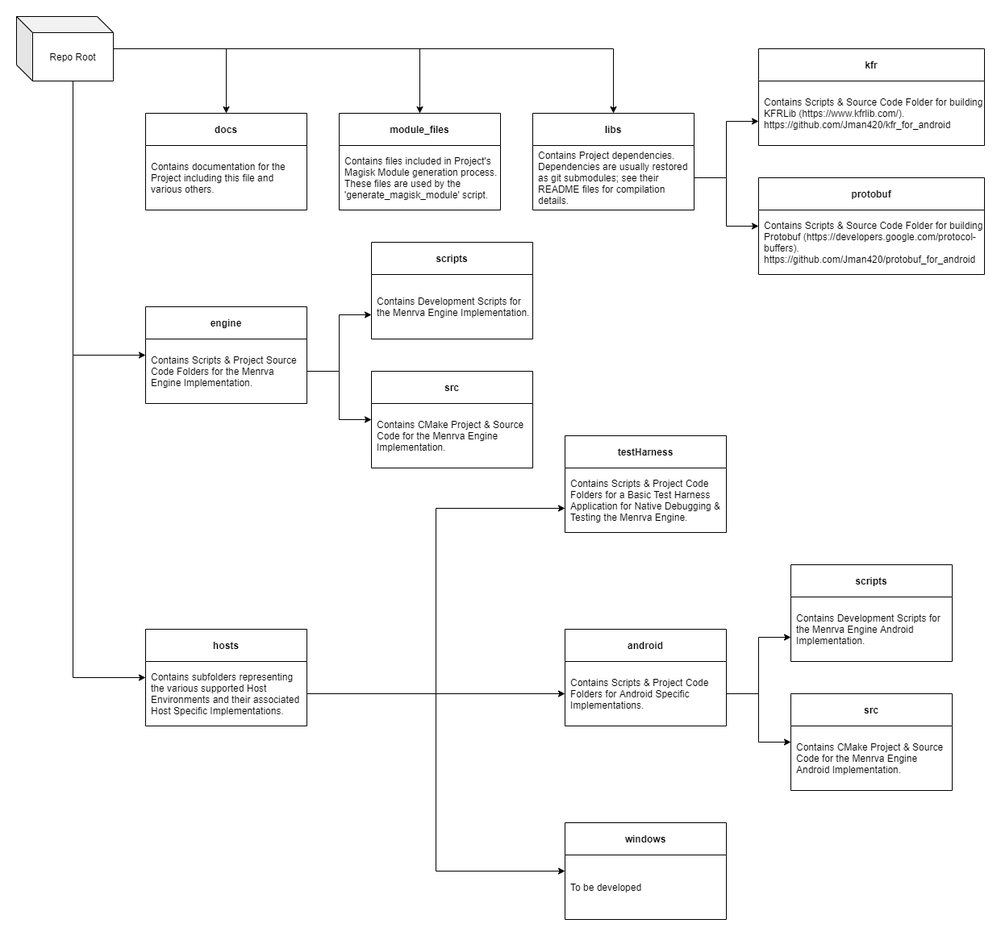
Before: docs/RepoStructure.png, a diagram exported from draw.io (Jman420/menrva). Source tidied: cells renumbered, new cells last; positions are measured from the earlier drawing's top-left corner, leaving out a move shared by most shapes.
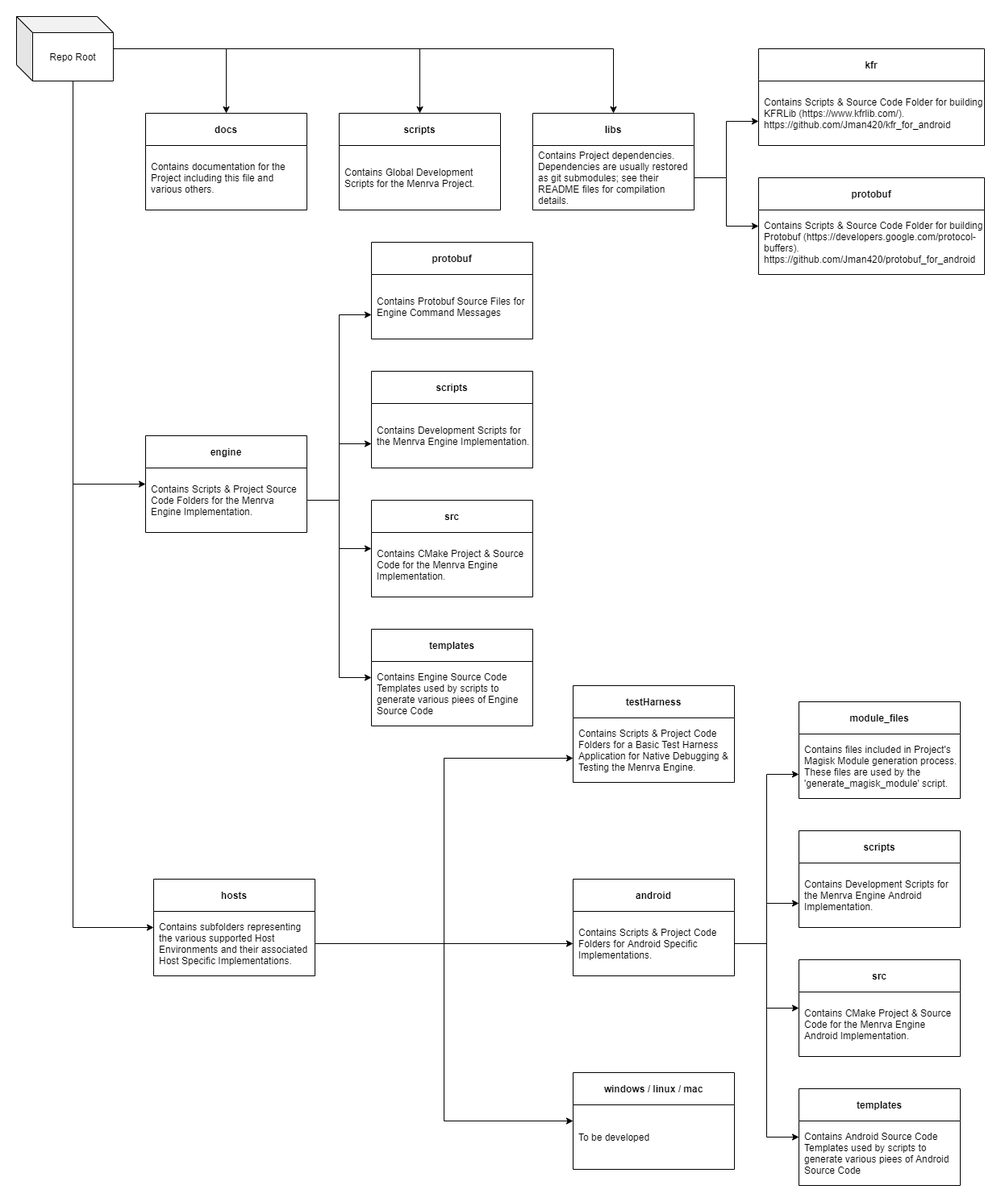
Later version of the same file.

Commit message:
Update Repo Structure Diagram Move Docs into docs folder

What changed in the source:
```diff
@@ -5,9 +5,6 @@
     <mxCell id="2" style="edgeStyle=orthogonalEdgeStyle;rounded=0;jettySize=auto;html=1;entryX=0.5;entryY=0;entryDx=0;entryDy=0;" parent="1" edge="1" source="7" target="8">
       <mxGeometry relative="1" as="geometry" />
     </mxCell>
-    <mxCell id="3" style="edgeStyle=orthogonalEdgeStyle;rounded=0;jettySize=auto;html=1;" parent="1" edge="1" source="7" target="10">
-      <mxGeometry relative="1" as="geometry" />
-    </mxCell>
     <mxCell id="4" style="edgeStyle=orthogonalEdgeStyle;rounded=0;jettySize=auto;html=1;entryX=0.5;entryY=0;entryDx=0;entryDy=0;" parent="1" edge="1" source="7" target="12">
       <mxGeometry relative="1" as="geometry" />
     </mxCell>
@@ -17,6 +14,9 @@
     <mxCell id="6" style="edgeStyle=orthogonalEdgeStyle;rounded=0;jettySize=auto;html=1;entryX=0;entryY=0.5;entryDx=0;entryDy=0;exitX=0;exitY=0;exitDx=70;exitDy=80;exitPerimeter=0;" parent="1" edge="1" source="7" target="16">
       <mxGeometry relative="1" as="geometry" />
     </mxCell>
+    <mxCell id="45" style="edgeStyle=orthogonalEdgeStyle;rounded=0;jettySize=auto;html=1;entryX=0.5;entryY=0;entryDx=0;entryDy=0;" parent="1" edge="1" source="7" target="56">
+      <mxGeometry relative="1" as="geometry" />
+    </mxCell>
     <mxCell id="7" value="Repo Root" style="shape=cube;whiteSpace=wrap;html=1;boundedLbl=1;backgroundOutline=1;darkOpacity=0.05;darkOpacity2=0.1;" parent="1" vertex="1">
       <mxGeometry width="120" height="80" as="geometry" />
     </mxCell>
@@ -26,12 +26,6 @@
     <mxCell id="9" value="Contains documentation for the Project including this file and various others." style="text;html=1;strokeColor=none;fillColor=none;align=left;verticalAlign=middle;whiteSpace=wrap;rounded=0;" parent="8" vertex="1">
       <mxGeometry x="5" y="40" width="195" height="80" as="geometry" />
     </mxCell>
-    <mxCell id="10" value="module_files" style="swimlane;startSize=40;" parent="1" vertex="1">
-      <mxGeometry x="400" y="120" width="200" height="120" as="geometry" />
-    </mxCell>
-    <mxCell id="11" value="Contains files included in Project's Magisk Module generation process.&amp;nbsp; These files are used by the 'generate_magisk_module' script." style="text;html=1;strokeColor=none;fillColor=none;align=left;verticalAlign=middle;whiteSpace=wrap;rounded=0;" parent="10" vertex="1">
-      <mxGeometry x="5" y="40" width="195" height="80" as="geometry" />
-    </mxCell>
     <mxCell id="12" value="libs" style="swimlane;startSize=40;" parent="1" vertex="1">
       <mxGeometry x="640" y="120" width="200" height="120" as="geometry" />
     </mxCell>
@@ -39,31 +33,31 @@
       <mxGeometry x="5" y="40" width="195" height="80" as="geometry" />
     </mxCell>
     <mxCell id="14" value="engine" style="swimlane;startSize=40;" parent="1" vertex="1">
-      <mxGeometry x="160" y="360" width="200" height="120" as="geometry" />
+      <mxGeometry x="160" y="520" width="200" height="120" as="geometry" />
     </mxCell>
     <mxCell id="15" value="Contains Scripts &amp;amp; Project Source Code Folders for the Menrva Engine Implementation." style="text;html=1;strokeColor=none;fillColor=none;align=left;verticalAlign=middle;whiteSpace=wrap;rounded=0;" parent="14" vertex="1">
       <mxGeometry x="5" y="40" width="195" height="80" as="geometry" />
     </mxCell>
     <mxCell id="16" value="hosts" style="swimlane;startSize=40;" parent="1" vertex="1">
-      <mxGeometry x="160" y="760" width="200" height="120" as="geometry" />
+      <mxGeometry x="170" y="1070" width="200" height="120" as="geometry" />
     </mxCell>
     <mxCell id="17" value="Contains subfolders representing the various supported Host Environments and their associated Host Specific Implementations." style="text;html=1;strokeColor=none;fillColor=none;align=left;verticalAlign=middle;whiteSpace=wrap;rounded=0;" parent="16" vertex="1">
       <mxGeometry x="5" y="40" width="195" height="80" as="geometry" />
     </mxCell>
     <mxCell id="18" value="testHarness" style="swimlane;startSize=40;" parent="1" vertex="1">
-      <mxGeometry x="680" y="520" width="200" height="120" as="geometry" />
+      <mxGeometry x="690" y="830" width="200" height="120" as="geometry" />
     </mxCell>
     <mxCell id="19" value="Contains Scripts &amp;amp; Project Code Folders for a Basic Test Harness Application for Native Debugging &amp;amp; Testing the Menrva Engine." style="text;html=1;strokeColor=none;fillColor=none;align=left;verticalAlign=middle;whiteSpace=wrap;rounded=0;" parent="18" vertex="1">
       <mxGeometry x="5" y="40" width="195" height="80" as="geometry" />
     </mxCell>
     <mxCell id="20" value="android" style="swimlane;startSize=40;" parent="1" vertex="1">
-      <mxGeometry x="680" y="760" width="200" height="120" as="geometry" />
+      <mxGeometry x="690" y="1070" width="200" height="120" as="geometry" />
     </mxCell>
     <mxCell id="21" value="Contains Scripts &amp;amp; Project Code Folders for Android Specific Implementations." style="text;html=1;strokeColor=none;fillColor=none;align=left;verticalAlign=middle;whiteSpace=wrap;rounded=0;" parent="20" vertex="1">
       <mxGeometry x="5" y="40" width="195" height="80" as="geometry" />
     </mxCell>
-    <mxCell id="22" value="windows" style="swimlane;startSize=40;" parent="1" vertex="1">
-      <mxGeometry x="680" y="1000" width="200" height="120" as="geometry" />
+    <mxCell id="22" value="windows / linux / mac" style="swimlane;startSize=40;" parent="1" vertex="1">
+      <mxGeometry x="690" y="1310" width="200" height="120" as="geometry" />
     </mxCell>
     <mxCell id="23" value="To be developed" style="text;html=1;strokeColor=none;fillColor=none;align=left;verticalAlign=middle;whiteSpace=wrap;rounded=0;" parent="22" vertex="1">
       <mxGeometry x="5" y="40" width="195" height="80" as="geometry" />
@@ -71,13 +65,13 @@
     <mxCell id="24" style="edgeStyle=orthogonalEdgeStyle;rounded=0;jettySize=auto;html=1;entryX=0;entryY=0.5;entryDx=0;entryDy=0;exitX=1;exitY=0.5;exitDx=0;exitDy=0;" parent="1" edge="1" source="17" target="22">
       <mxGeometry relative="1" as="geometry">
         <Array as="points">
-          <mxPoint x="520" y="840" />
-          <mxPoint x="520" y="1060" />
+          <mxPoint x="530" y="1150" />
+          <mxPoint x="530" y="1370" />
         </Array>
       </mxGeometry>
     </mxCell>
     <mxCell id="25" value="scripts" style="swimlane;startSize=40;" parent="1" vertex="1">
-      <mxGeometry x="440" y="280" width="200" height="120" as="geometry" />
+      <mxGeometry x="440" y="440" width="200" height="120" as="geometry" />
     </mxCell>
     <mxCell id="26" value="Contains Development Scripts for the Menrva Engine Implementation." style="text;html=1;strokeColor=none;fillColor=none;align=left;verticalAlign=middle;whiteSpace=wrap;rounded=0;" parent="25" vertex="1">
       <mxGeometry x="5" y="40" width="195" height="80" as="geometry" />
@@ -86,7 +80,7 @@
       <mxGeometry relative="1" as="geometry" />
     </mxCell>
     <mxCell id="28" value="src" style="swimlane;startSize=40;" parent="1" vertex="1">
-      <mxGeometry x="440" y="440" width="200" height="120" as="geometry" />
+      <mxGeometry x="440" y="600" width="200" height="120" as="geometry" />
     </mxCell>
     <mxCell id="29" value="Contains CMake Project &amp;amp; Source Code for the Menrva Engine Implementation." style="text;html=1;strokeColor=none;fillColor=none;align=left;verticalAlign=middle;whiteSpace=wrap;rounded=0;" parent="28" vertex="1">
       <mxGeometry x="5" y="40" width="195" height="80" as="geometry" />
@@ -97,8 +91,8 @@
     <mxCell id="31" style="edgeStyle=orthogonalEdgeStyle;rounded=0;jettySize=auto;html=1;entryX=0;entryY=0.75;entryDx=0;entryDy=0;" parent="1" edge="1" source="17" target="18">
       <mxGeometry relative="1" as="geometry">
         <Array as="points">
-          <mxPoint x="520" y="840" />
-          <mxPoint x="520" y="610" />
+          <mxPoint x="530" y="1150" />
+          <mxPoint x="530" y="920" />
         </Array>
       </mxGeometry>
     </mxCell>
@@ -122,17 +116,17 @@
     </mxCell>
     <mxCell id="38" style="edgeStyle=orthogonalEdgeStyle;rounded=0;jettySize=auto;html=1;" parent="1" edge="1" source="17">
       <mxGeometry relative="1" as="geometry">
-        <mxPoint x="680" y="840" as="targetPoint" />
+        <mxPoint x="690" y="1150" as="targetPoint" />
       </mxGeometry>
     </mxCell>
     <mxCell id="39" value="scripts" style="swimlane;startSize=40;" parent="1" vertex="1">
-      <mxGeometry x="960" y="680" width="200" height="120" as="geometry" />
+      <mxGeometry x="970" y="1010" width="200" height="120" as="geometry" />
     </mxCell>
     <mxCell id="40" value="Contains Development Scripts for the Menrva Engine Android Implementation." style="text;html=1;strokeColor=none;fillColor=none;align=left;verticalAlign=middle;whiteSpace=wrap;rounded=0;" parent="39" vertex="1">
       <mxGeometry x="5" y="40" width="195" height="80" as="geometry" />
     </mxCell>
     <mxCell id="41" value="src" style="swimlane;startSize=40;" parent="1" vertex="1">
-      <mxGeometry x="960" y="840" width="200" height="120" as="geometry" />
+      <mxGeometry x="970" y="1170" width="200" height="120" as="geometry" />
     </mxCell>
     <mxCell id="42" value="Contains CMake Project &amp;amp; Source Code for the Menrva Engine Android Implementation." style="text;html=1;strokeColor=none;fillColor=none;align=left;verticalAlign=middle;whiteSpace=wrap;rounded=0;" parent="41" vertex="1">
       <mxGeometry x="5" y="40" width="195" height="80" as="geometry" />
@@ -143,5 +137,47 @@
     <mxCell id="44" style="edgeStyle=orthogonalEdgeStyle;rounded=0;jettySize=auto;html=1;entryX=0;entryY=0.5;entryDx=0;entryDy=0;" parent="1" edge="1" source="21" target="41">
       <mxGeometry relative="1" as="geometry" />
     </mxCell>
+    <mxCell id="10" value="module_files" style="swimlane;startSize=40;" parent="1" vertex="1">
+      <mxGeometry x="970" y="850" width="200" height="120" as="geometry" />
+    </mxCell>
+    <mxCell id="11" value="Contains files included in Project's Magisk Module generation process.&amp;nbsp; These files are used by the 'generate_magisk_module' script." style="text;html=1;strokeColor=none;fillColor=none;align=left;verticalAlign=middle;whiteSpace=wrap;rounded=0;" parent="10" vertex="1">
+      <mxGeometry x="5" y="40" width="195" height="80" as="geometry" />
+    </mxCell>
+    <mxCell id="46" style="edgeStyle=orthogonalEdgeStyle;rounded=0;jettySize=auto;html=1;entryX=0;entryY=0.75;entryDx=0;entryDy=0;" parent="1" edge="1" source="21" target="10">
+      <mxGeometry relative="1" as="geometry" />
+    </mxCell>
+    <mxCell id="47" value="protobuf" style="swimlane;startSize=40;" parent="1" vertex="1">
+      <mxGeometry x="440" y="280" width="200" height="120" as="geometry" />
+    </mxCell>
+    <mxCell id="48" value="Contains Protobuf Source Files for Engine Command Messages" style="text;html=1;strokeColor=none;fillColor=none;align=left;verticalAlign=middle;whiteSpace=wrap;rounded=0;" parent="47" vertex="1">
+      <mxGeometry x="5" y="40" width="195" height="80" as="geometry" />
+    </mxCell>
+    <mxCell id="49" value="templates" style="swimlane;startSize=40;" parent="1" vertex="1">
+      <mxGeometry x="440" y="760" width="200" height="120" as="geometry" />
+    </mxCell>
+    <mxCell id="50" value="Contains Engine Source Code Templates used by scripts to generate various piees of Engine Source Code" style="text;html=1;strokeColor=none;fillColor=none;align=left;verticalAlign=middle;whiteSpace=wrap;rounded=0;" parent="49" vertex="1">
+      <mxGeometry x="5" y="40" width="195" height="80" as="geometry" />
+    </mxCell>
+    <mxCell id="51" style="edgeStyle=orthogonalEdgeStyle;rounded=0;jettySize=auto;html=1;entryX=0;entryY=0.75;entryDx=0;entryDy=0;" parent="1" edge="1" source="15" target="47">
+      <mxGeometry relative="1" as="geometry" />
+    </mxCell>
+    <mxCell id="52" style="edgeStyle=orthogonalEdgeStyle;rounded=0;jettySize=auto;html=1;entryX=0;entryY=0.5;entryDx=0;entryDy=0;" parent="1" edge="1" source="15" target="49">
+      <mxGeometry relative="1" as="geometry" />
+    </mxCell>
+    <mxCell id="53" value="templates" style="swimlane;startSize=40;" parent="1" vertex="1">
+      <mxGeometry x="970" y="1330" width="200" height="120" as="geometry" />
+    </mxCell>
+    <mxCell id="54" value="Contains Android Source Code Templates used by scripts to generate various piees of Android Source Code" style="text;html=1;strokeColor=none;fillColor=none;align=left;verticalAlign=middle;whiteSpace=wrap;rounded=0;" parent="53" vertex="1">
+      <mxGeometry x="5" y="40" width="195" height="80" as="geometry" />
+    </mxCell>
+    <mxCell id="55" style="edgeStyle=orthogonalEdgeStyle;rounded=0;jettySize=auto;html=1;entryX=0;entryY=0.5;entryDx=0;entryDy=0;" parent="1" edge="1" source="21" target="53">
+      <mxGeometry relative="1" as="geometry" />
+    </mxCell>
+    <mxCell id="56" value="scripts" style="swimlane;startSize=40;" parent="1" vertex="1">
+      <mxGeometry x="400" y="120" width="200" height="120" as="geometry" />
+    </mxCell>
+    <mxCell id="57" value="Contains Global Development Scripts for the Menrva Project." style="text;html=1;strokeColor=none;fillColor=none;align=left;verticalAlign=middle;whiteSpace=wrap;rounded=0;" parent="56" vertex="1">
+      <mxGeometry x="5" y="40" width="195" height="80" as="geometry" />
+    </mxCell>
   </root>
 </mxGraphModel>
```
